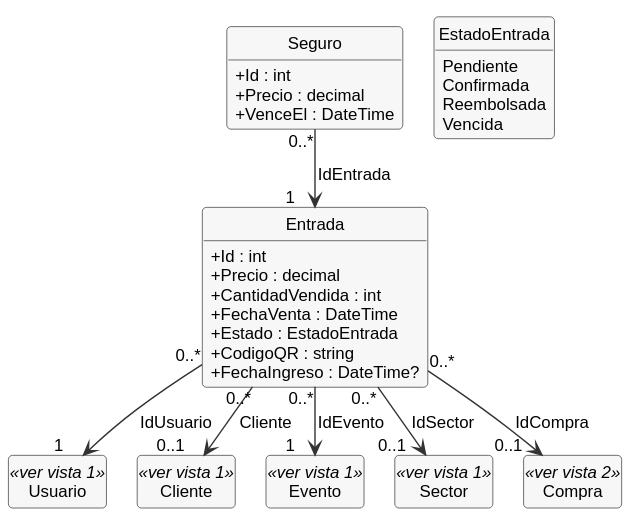
This is docs/diagramas/clases-3-dominio-entrada.svg from MaximoAmbro/TrabajoDeDiploma, a PlantUML export, as it was before one commit. Source of this version:
```plantuml
@startuml
!include _estilo.iuml
skinparam nodesep 22
skinparam ranksep 32
hide empty members

class Usuario <<ver vista 1>>
class Cliente <<ver vista 1>>
class Evento <<ver vista 1>>
class Sector <<ver vista 1>>
class Compra <<ver vista 2>>
class Entrada {
  + Id : int
  + Precio : decimal
  + CantidadVendida : int
  + FechaVenta : DateTime
  + Estado : EstadoEntrada
  + CodigoQR : string
  + FechaIngreso : DateTime?
}
class Seguro {
  + Id : int
  + Precio : decimal
  + VenceEl : DateTime
}
enum EstadoEntrada {
  Pendiente
  Confirmada
  Reembolsada
  Vencida
}

Entrada "0..*" --> "1$_" Evento : IdEvento
Entrada "0..*" --> "0..1$_" Sector : IdSector
Entrada "0..*" --> "0..1$_" Compra : IdCompra
Entrada "0..*" --> "1$_" Usuario : IdUsuario
Entrada "0..*" --> "0..1$_" Cliente : Cliente
Seguro "0..*" --> "1$_" Entrada : IdEntrada
Seguro -[hidden]right- EstadoEntrada
@enduml
```
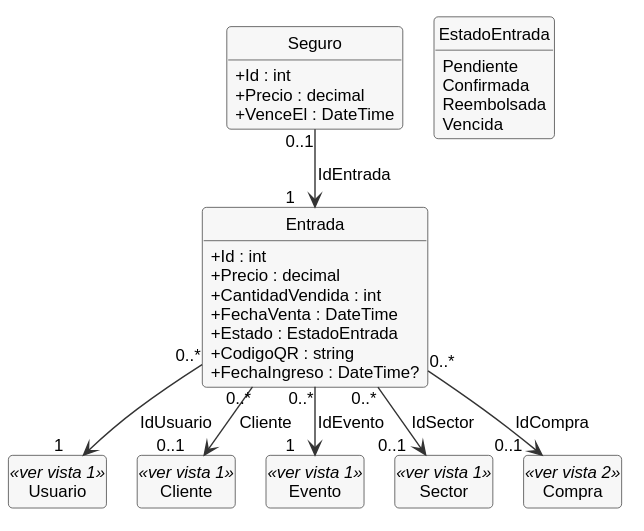
The same diagram one commit later.

The edit, as a diff of the source:
```diff
@@ -35,6 +35,6 @@
 Entrada "0..*" --> "0..1$_" Compra : IdCompra
 Entrada "0..*" --> "1$_" Usuario : IdUsuario
 Entrada "0..*" --> "0..1$_" Cliente : Cliente
-Seguro "0..*" --> "1$_" Entrada : IdEntrada
+Seguro "0..1" --> "1$_" Entrada : IdEntrada
 Seguro -[hidden]right- EstadoEntrada
 @enduml
```
